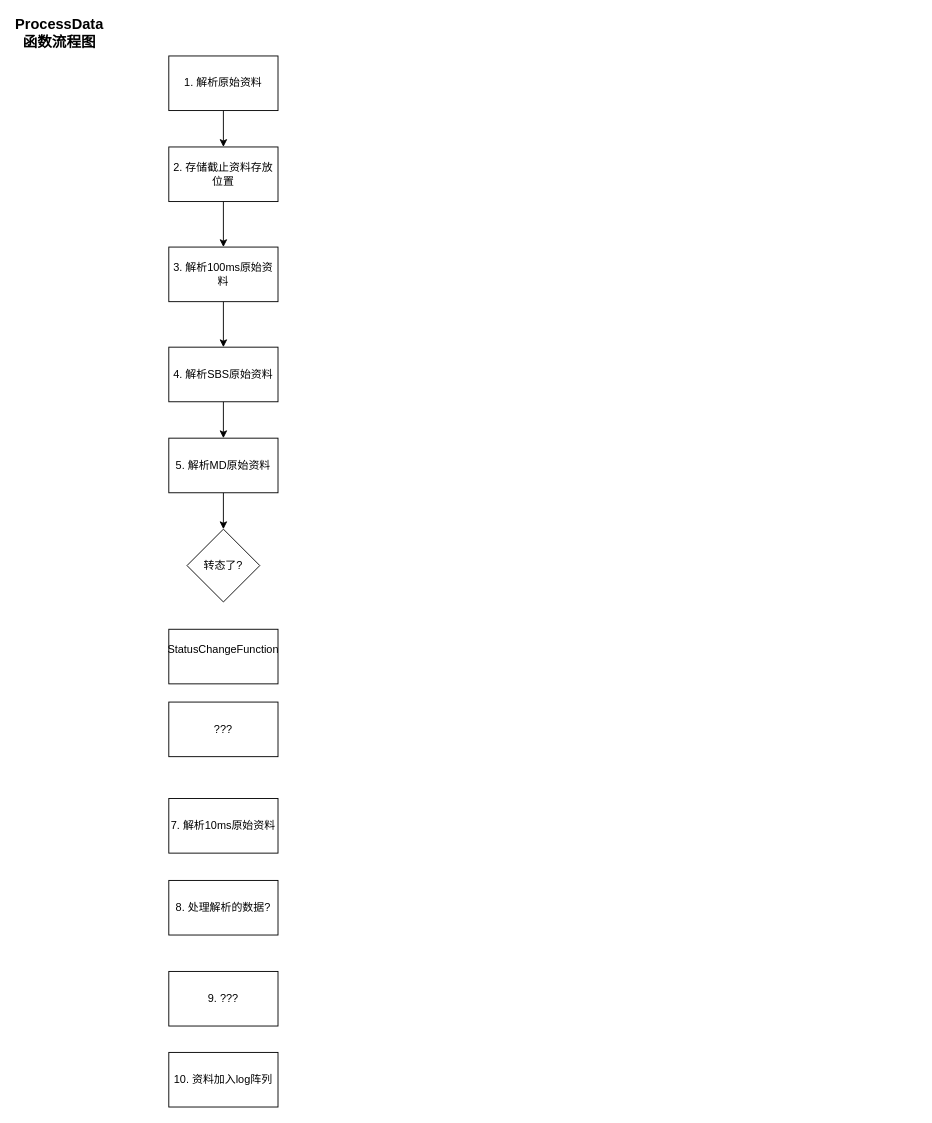
Above: page "ProcessData()" (5 of 6) of L720.drawio in JackGeminiKu/Diagrams (draw.io), before the change. Source tidied: cells renumbered, new cells numbered last; positions are measured from the earlier drawing's top-left corner, leaving out a move shared by most shapes. Both pictures are drawn from the tidied source at 91%, with x=0, y=0 at pixel (32, 19).
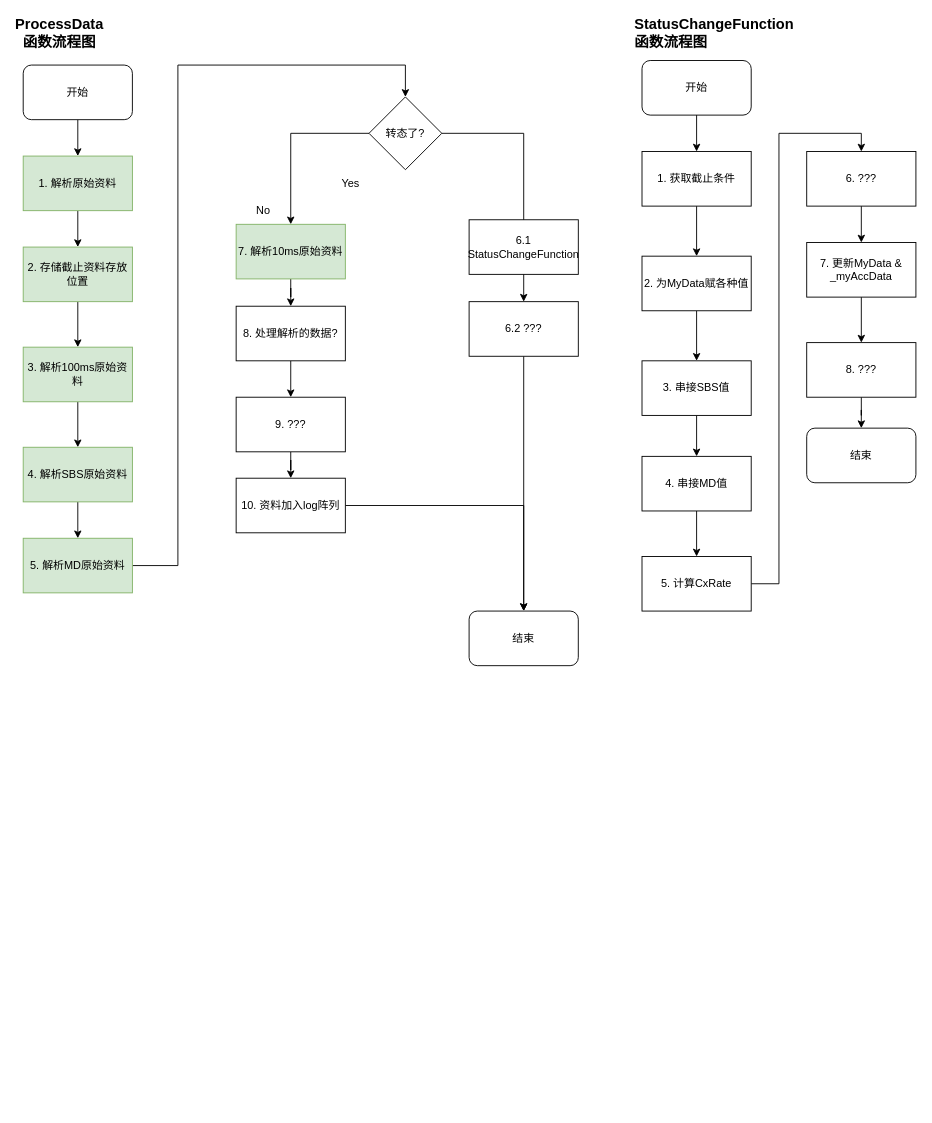
Above is the later version.

What changed in the source:
```diff
@@
-    <mxCell id="3" value="1. 解析原始资料" style="rounded=0;whiteSpace=wrap;html=1;" parent="1" vertex="1">
-      <mxGeometry x="150" y="40" width="120" height="60" as="geometry" />
+    <mxCell id="3" value="1. 解析原始资料" style="rounded=0;whiteSpace=wrap;html=1;fillColor=#d5e8d4;strokeColor=#82b366;" parent="1" vertex="1">
+      <mxGeometry x="-10" y="150" width="120" height="60" as="geometry" />
     </mxCell>
@@
-    <mxCell id="5" value="2. 存储截止资料存放位置" style="rounded=0;whiteSpace=wrap;html=1;" parent="1" vertex="1">
-      <mxGeometry x="150" y="140" width="120" height="60" as="geometry" />
+    <mxCell id="5" value="2. 存储截止资料存放位置" style="rounded=0;whiteSpace=wrap;html=1;fillColor=#d5e8d4;strokeColor=#82b366;" parent="1" vertex="1">
+      <mxGeometry x="-10" y="250" width="120" height="60" as="geometry" />
     </mxCell>
@@
-    <mxCell id="7" value="&lt;div&gt;3. 解析100ms原始资料&lt;/div&gt;" style="rounded=0;whiteSpace=wrap;html=1;" parent="1" vertex="1">
-      <mxGeometry x="150" y="250" width="120" height="60" as="geometry" />
+    <mxCell id="7" value="&lt;div&gt;3. 解析100ms原始资料&lt;/div&gt;" style="rounded=0;whiteSpace=wrap;html=1;fillColor=#d5e8d4;strokeColor=#82b366;" parent="1" vertex="1">
+      <mxGeometry x="-10" y="360" width="120" height="60" as="geometry" />
     </mxCell>
@@
-    <mxCell id="9" value="&lt;div&gt;4. 解析SBS原始资料&lt;/div&gt;" style="rounded=0;whiteSpace=wrap;html=1;" parent="1" vertex="1">
-      <mxGeometry x="150" y="360" width="120" height="60" as="geometry" />
+    <mxCell id="9" value="&lt;div&gt;4. 解析SBS原始资料&lt;/div&gt;" style="rounded=0;whiteSpace=wrap;html=1;fillColor=#d5e8d4;strokeColor=#82b366;" parent="1" vertex="1">
+      <mxGeometry x="-10" y="470" width="120" height="60" as="geometry" />
     </mxCell>
     <mxCell id="10" style="edgeStyle=orthogonalEdgeStyle;rounded=0;jettySize=auto;html=1;" parent="1" edge="1" source="11" target="13">
-      <mxGeometry relative="1" as="geometry" />
+      <mxGeometry relative="1" as="geometry">
+        <Array as="points">
+          <mxPoint x="160" y="600" />
+          <mxPoint x="160" y="50" />
+          <mxPoint x="410" y="50" />
+        </Array>
+      </mxGeometry>
     </mxCell>
-    <mxCell id="11" value="5. 解析MD原始资料" style="rounded=0;whiteSpace=wrap;html=1;" parent="1" vertex="1">
-      <mxGeometry x="150" y="460" width="120" height="60" as="geometry" />
+    <mxCell id="11" value="5. 解析MD原始资料" style="rounded=0;whiteSpace=wrap;html=1;fillColor=#d5e8d4;strokeColor=#82b366;" parent="1" vertex="1">
+      <mxGeometry x="-10" y="570" width="120" height="60" as="geometry" />
     </mxCell>
@@
+    <mxCell id="20" style="edgeStyle=orthogonalEdgeStyle;rounded=0;jettySize=auto;html=1;" parent="1" edge="1" source="13" target="19">
+      <mxGeometry relative="1" as="geometry" />
+    </mxCell>
+    <mxCell id="21" style="edgeStyle=orthogonalEdgeStyle;rounded=0;jettySize=auto;html=1;" parent="1" edge="1" source="13" target="15">
+      <mxGeometry relative="1" as="geometry" />
+    </mxCell>
     <mxCell id="13" value="转态了?" style="rhombus;whiteSpace=wrap;html=1;" parent="1" vertex="1">
-      <mxGeometry x="170" y="560" width="80" height="80" as="geometry" />
+      <mxGeometry x="370" y="85" width="80" height="80" as="geometry" />
     </mxCell>
-    <mxCell id="14" value="&lt;div&gt;StatusChangeFunction&lt;/div&gt;&lt;div&gt;&lt;br&gt;&lt;/div&gt;" style="rounded=0;whiteSpace=wrap;html=1;" parent="1" vertex="1">
-      <mxGeometry x="150" y="670" width="120" height="60" as="geometry" />
+    <mxCell id="14" value="&lt;div&gt;6.1 StatusChangeFunction&lt;/div&gt;" style="rounded=0;whiteSpace=wrap;html=1;" parent="1" vertex="1">
+      <mxGeometry x="480" y="220" width="120" height="60" as="geometry" />
     </mxCell>
+    <mxCell id="22" style="edgeStyle=orthogonalEdgeStyle;rounded=0;jettySize=auto;html=1;" parent="1" edge="1" source="15" target="16">
+      <mxGeometry relative="1" as="geometry" />
+    </mxCell>
-    <mxCell id="15" value="&lt;div&gt;7. 解析10ms原始资料&lt;/div&gt;" style="rounded=0;whiteSpace=wrap;html=1;" parent="1" vertex="1">
-      <mxGeometry x="150" y="856" width="120" height="60" as="geometry" />
+    <mxCell id="15" value="&lt;div&gt;7. 解析10ms原始资料&lt;/div&gt;" style="rounded=0;whiteSpace=wrap;html=1;fillColor=#d5e8d4;strokeColor=#82b366;" parent="1" vertex="1">
+      <mxGeometry x="224" y="225" width="120" height="60" as="geometry" />
     </mxCell>
+    <mxCell id="23" style="edgeStyle=orthogonalEdgeStyle;rounded=0;jettySize=auto;html=1;" parent="1" edge="1" source="16" target="17">
+      <mxGeometry relative="1" as="geometry" />
+    </mxCell>
     <mxCell id="16" value="8. 处理解析的数据?" style="rounded=0;whiteSpace=wrap;html=1;" parent="1" vertex="1">
-      <mxGeometry x="150" y="946" width="120" height="60" as="geometry" />
+      <mxGeometry x="224" y="315" width="120" height="60" as="geometry" />
     </mxCell>
+    <mxCell id="24" style="edgeStyle=orthogonalEdgeStyle;rounded=0;jettySize=auto;html=1;" parent="1" edge="1" source="17" target="18">
+      <mxGeometry relative="1" as="geometry" />
+    </mxCell>
     <mxCell id="17" value="9. ???" style="rounded=0;whiteSpace=wrap;html=1;" parent="1" vertex="1">
-      <mxGeometry x="150" y="1046" width="120" height="60" as="geometry" />
+      <mxGeometry x="224" y="415" width="120" height="60" as="geometry" />
     </mxCell>
+    <mxCell id="25" style="edgeStyle=orthogonalEdgeStyle;rounded=0;jettySize=auto;html=1;entryX=0.5;entryY=0;entryDx=0;entryDy=0;" parent="1" edge="1" source="18" target="29">
+      <mxGeometry relative="1" as="geometry" />
+    </mxCell>
     <mxCell id="18" value="10. 资料加入log阵列" style="rounded=0;whiteSpace=wrap;html=1;" parent="1" vertex="1">
-      <mxGeometry x="150" y="1135" width="120" height="60" as="geometry" />
+      <mxGeometry x="224" y="504" width="120" height="60" as="geometry" />
     </mxCell>
+    <mxCell id="26" style="edgeStyle=orthogonalEdgeStyle;rounded=0;jettySize=auto;html=1;" parent="1" edge="1" source="19" target="29">
+      <mxGeometry relative="1" as="geometry" />
+    </mxCell>
-    <mxCell id="19" value="???" style="rounded=0;whiteSpace=wrap;html=1;" parent="1" vertex="1">
-      <mxGeometry x="150" y="750" width="120" height="60" as="geometry" />
+    <mxCell id="19" value="6.2 ???" style="rounded=0;whiteSpace=wrap;html=1;" parent="1" vertex="1">
+      <mxGeometry x="480" y="310" width="120" height="60" as="geometry" />
     </mxCell>
+    <mxCell id="27" value="Yes" style="text;html=1;align=center;verticalAlign=middle;whiteSpace=wrap;rounded=0;" parent="1" vertex="1">
+      <mxGeometry x="320" y="165" width="60" height="30" as="geometry" />
+    </mxCell>
+    <mxCell id="28" value="No" style="text;html=1;align=center;verticalAlign=middle;whiteSpace=wrap;rounded=0;" parent="1" vertex="1">
+      <mxGeometry x="224" y="195" width="60" height="30" as="geometry" />
+    </mxCell>
+    <mxCell id="29" value="结束" style="rounded=1;whiteSpace=wrap;html=1;" parent="1" vertex="1">
+      <mxGeometry x="480" y="650" width="120" height="60" as="geometry" />
+    </mxCell>
+    <mxCell id="30" style="edgeStyle=orthogonalEdgeStyle;rounded=0;jettySize=auto;html=1;" parent="1" edge="1" source="31" target="3">
+      <mxGeometry relative="1" as="geometry" />
+    </mxCell>
+    <mxCell id="31" value="开始" style="rounded=1;whiteSpace=wrap;html=1;" parent="1" vertex="1">
+      <mxGeometry x="-10" y="50" width="120" height="60" as="geometry" />
+    </mxCell>
+    <mxCell id="32" value="&lt;div style=&quot;font-size: 16px;&quot;&gt;StatusChangeFunction&lt;/div&gt;&lt;div style=&quot;font-size: 16px;&quot;&gt;函数流程图&lt;br style=&quot;font-size: 16px;&quot;&gt;&lt;/div&gt;" style="text;html=1;align=left;verticalAlign=middle;whiteSpace=wrap;rounded=0;fontStyle=1;fontSize=16;" parent="1" vertex="1">
+      <mxGeometry x="660" width="130" height="30" as="geometry" />
+    </mxCell>
+    <mxCell id="33" style="edgeStyle=orthogonalEdgeStyle;rounded=0;jettySize=auto;html=1;" parent="1" edge="1" source="34" target="36">
+      <mxGeometry relative="1" as="geometry" />
+    </mxCell>
+    <mxCell id="34" value="开始" style="rounded=1;whiteSpace=wrap;html=1;" parent="1" vertex="1">
+      <mxGeometry x="670" y="45" width="120" height="60" as="geometry" />
+    </mxCell>
+    <mxCell id="35" style="edgeStyle=orthogonalEdgeStyle;rounded=0;jettySize=auto;html=1;" parent="1" edge="1" source="36" target="38">
+      <mxGeometry relative="1" as="geometry" />
+    </mxCell>
+    <mxCell id="36" value="1. 获取截止条件" style="rounded=0;whiteSpace=wrap;html=1;" parent="1" vertex="1">
+      <mxGeometry x="670" y="145" width="120" height="60" as="geometry" />
+    </mxCell>
+    <mxCell id="37" style="edgeStyle=orthogonalEdgeStyle;rounded=0;jettySize=auto;html=1;" parent="1" edge="1" source="38" target="40">
+      <mxGeometry relative="1" as="geometry" />
+    </mxCell>
+    <mxCell id="38" value="2. 为MyData赋各种值" style="rounded=0;whiteSpace=wrap;html=1;" parent="1" vertex="1">
+      <mxGeometry x="670" y="260" width="120" height="60" as="geometry" />
+    </mxCell>
+    <mxCell id="39" style="edgeStyle=orthogonalEdgeStyle;rounded=0;jettySize=auto;html=1;" parent="1" edge="1" source="40" target="42">
+      <mxGeometry relative="1" as="geometry" />
+    </mxCell>
+    <mxCell id="40" value="3. 串接SBS值" style="rounded=0;whiteSpace=wrap;html=1;" parent="1" vertex="1">
+      <mxGeometry x="670" y="375" width="120" height="60" as="geometry" />
+    </mxCell>
+    <mxCell id="41" style="edgeStyle=orthogonalEdgeStyle;rounded=0;jettySize=auto;html=1;" parent="1" edge="1" source="42" target="44">
+      <mxGeometry relative="1" as="geometry" />
+    </mxCell>
+    <mxCell id="42" value="4. 串接MD值" style="rounded=0;whiteSpace=wrap;html=1;" parent="1" vertex="1">
+      <mxGeometry x="670" y="480" width="120" height="60" as="geometry" />
+    </mxCell>
+    <mxCell id="43" style="edgeStyle=orthogonalEdgeStyle;rounded=0;jettySize=auto;html=1;entryX=0.5;entryY=0;entryDx=0;entryDy=0;" parent="1" edge="1" source="44" target="46">
+      <mxGeometry relative="1" as="geometry" />
+    </mxCell>
+    <mxCell id="44" value="5. 计算CxRate" style="rounded=0;whiteSpace=wrap;html=1;" parent="1" vertex="1">
+      <mxGeometry x="670" y="590" width="120" height="60" as="geometry" />
+    </mxCell>
+    <mxCell id="45" style="edgeStyle=orthogonalEdgeStyle;rounded=0;jettySize=auto;html=1;" parent="1" edge="1" source="46" target="48">
+      <mxGeometry relative="1" as="geometry" />
+    </mxCell>
+    <mxCell id="46" value="6. ???" style="rounded=0;whiteSpace=wrap;html=1;" parent="1" vertex="1">
+      <mxGeometry x="851" y="145" width="120" height="60" as="geometry" />
+    </mxCell>
+    <mxCell id="47" style="edgeStyle=orthogonalEdgeStyle;rounded=0;jettySize=auto;html=1;" parent="1" edge="1" source="48" target="50">
+      <mxGeometry relative="1" as="geometry" />
+    </mxCell>
+    <mxCell id="48" value="7. 更新MyData &amp;amp; _myAccData" style="rounded=0;whiteSpace=wrap;html=1;" parent="1" vertex="1">
+      <mxGeometry x="851" y="245" width="120" height="60" as="geometry" />
+    </mxCell>
+    <mxCell id="49" style="edgeStyle=orthogonalEdgeStyle;rounded=0;jettySize=auto;html=1;" parent="1" edge="1" source="50" target="51">
+      <mxGeometry relative="1" as="geometry" />
+    </mxCell>
+    <mxCell id="50" value="8. ???" style="rounded=0;whiteSpace=wrap;html=1;" parent="1" vertex="1">
+      <mxGeometry x="851" y="355" width="120" height="60" as="geometry" />
+    </mxCell>
+    <mxCell id="51" value="结束" style="rounded=1;whiteSpace=wrap;html=1;" parent="1" vertex="1">
+      <mxGeometry x="851" y="449" width="120" height="60" as="geometry" />
+    </mxCell>
```
